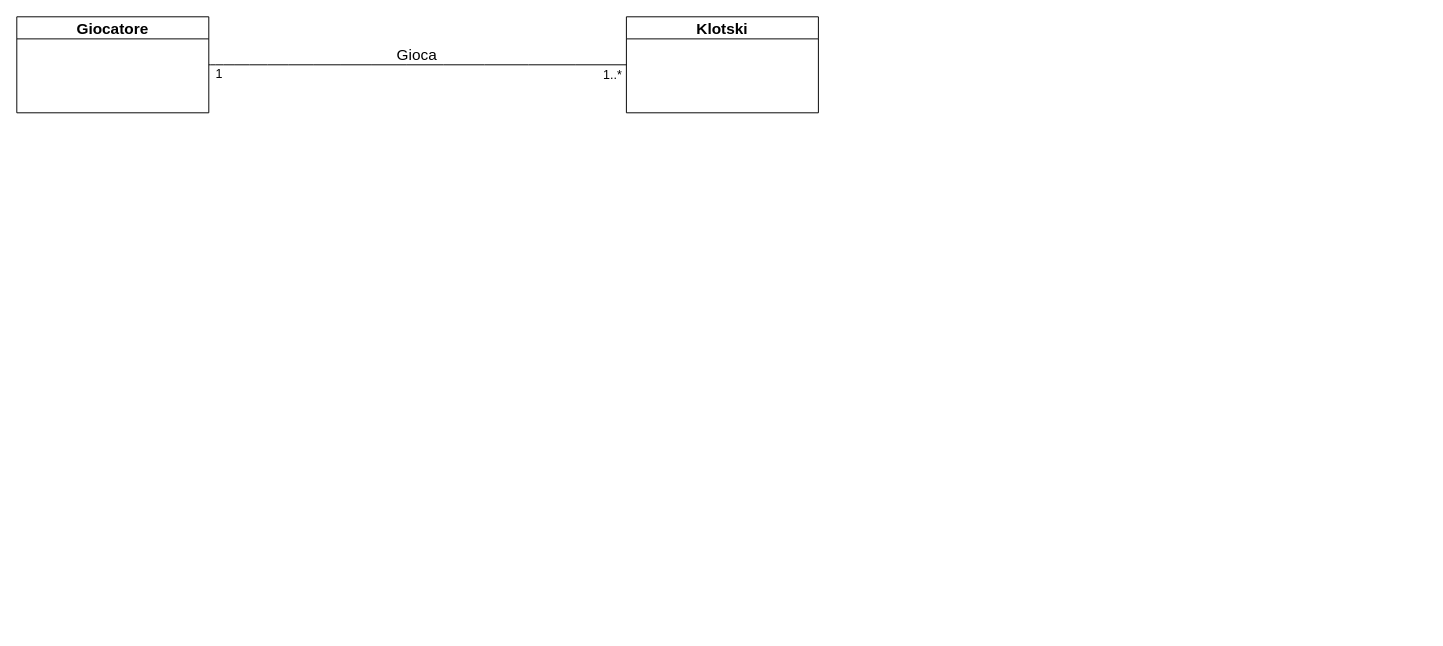
This is Domain Model.drawio from trikkeballakke/Test, a draw.io file, before an edit. Source tidied: cells renumbered, new cells numbered last; positions are measured from the earlier drawing's top-left corner, leaving out a move shared by most shapes. Both pictures are drawn from the tidied source at 96%, with x=0, y=0 at pixel (16, 16).
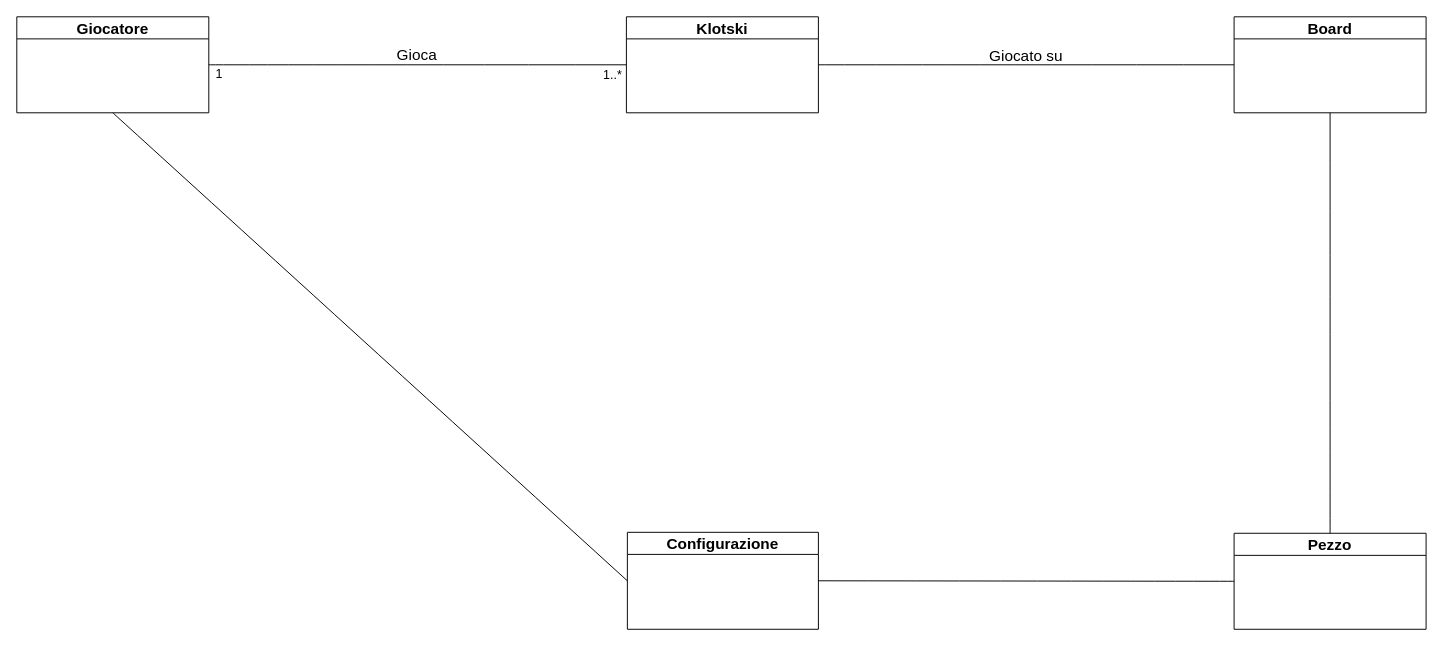
The same page after the edit.

The edit, as a diff of the source:
```diff
@@
 <mxGraphModel>
   <root>
     <mxCell id="0" />
     <mxCell id="1" parent="0" />
     <mxCell id="2" style="edgeStyle=none;curved=1;rounded=0;jettySize=auto;html=1;exitX=1;exitY=0.5;exitDx=0;exitDy=0;entryX=0;entryY=0.5;entryDx=0;entryDy=0;fontSize=12;startSize=8;endSize=8;strokeColor=none;" parent="1" edge="1" source="3" target="4">
       <mxGeometry relative="1" as="geometry" />
     </mxCell>
     <mxCell id="3" value="Giocatore" style="swimlane;whiteSpace=wrap;html=1;fontSize=16;" parent="1" vertex="1">
       <mxGeometry width="200" height="100" as="geometry" />
     </mxCell>
     <mxCell id="4" value="Klotski" style="swimlane;whiteSpace=wrap;html=1;fontSize=16;" parent="1" vertex="1">
       <mxGeometry x="635" width="200" height="100" as="geometry" />
     </mxCell>
     <mxCell id="5" style="endArrow=none;html=1;rounded=0;fontSize=12;startSize=8;endSize=8;curved=1;exitX=1;exitY=0.5;exitDx=0;exitDy=0;entryX=0;entryY=0.5;entryDx=0;entryDy=0;" parent="1" edge="1" source="3" target="4">
       <mxGeometry relative="1" as="geometry" />
     </mxCell>
     <mxCell id="6" value="Gioca" style="text;html=1;strokeColor=none;fillColor=none;align=center;verticalAlign=middle;whiteSpace=wrap;rounded=0;fontSize=16;" parent="1" vertex="1">
       <mxGeometry x="387" y="24" width="60" height="30" as="geometry" />
     </mxCell>
     <mxCell id="7" value="1" style="text;html=1;strokeColor=none;fillColor=none;align=center;verticalAlign=middle;whiteSpace=wrap;rounded=0;fontSize=13;" parent="1" vertex="1">
       <mxGeometry x="206" y="54" width="10" height="10" as="geometry" />
     </mxCell>
     <mxCell id="8" value="&lt;font style=&quot;font-size: 13px;&quot;&gt;1..*&lt;/font&gt;" style="text;html=1;strokeColor=none;fillColor=none;align=center;verticalAlign=middle;whiteSpace=wrap;rounded=0;fontSize=16;" parent="1" vertex="1">
       <mxGeometry x="616" y="54" width="10" height="10" as="geometry" />
     </mxCell>
+    <mxCell id="9" value="Board" style="swimlane;whiteSpace=wrap;html=1;fontSize=16;" parent="1" vertex="1">
+      <mxGeometry x="1268" width="200" height="100" as="geometry" />
+    </mxCell>
+    <mxCell id="10" style="endArrow=none;html=1;rounded=0;fontSize=12;startSize=8;endSize=8;curved=1;exitX=1;exitY=0.5;exitDx=0;exitDy=0;entryX=0;entryY=0.5;entryDx=0;entryDy=0;" parent="1" edge="1" source="4" target="9">
+      <mxGeometry relative="1" as="geometry" />
+    </mxCell>
+    <mxCell id="11" value="Giocato su" style="text;strokeColor=none;align=center;fillColor=none;html=1;verticalAlign=middle;whiteSpace=wrap;rounded=0;fontSize=16;" parent="1" vertex="1">
+      <mxGeometry x="1003" y="26" width="97.3" height="30" as="geometry" />
+    </mxCell>
+    <mxCell id="12" value="Pezzo" style="swimlane;whiteSpace=wrap;html=1;fontSize=16;" parent="1" vertex="1">
+      <mxGeometry x="1268" y="538" width="200" height="100" as="geometry" />
+    </mxCell>
+    <mxCell id="13" style="endArrow=none;html=1;rounded=0;fontSize=12;startSize=8;endSize=8;curved=1;entryX=0.5;entryY=1;entryDx=0;entryDy=0;exitX=0.5;exitY=0;exitDx=0;exitDy=0;" parent="1" edge="1" source="12" target="9">
+      <mxGeometry relative="1" as="geometry" />
+    </mxCell>
+    <mxCell id="14" value="Configurazione" style="swimlane;whiteSpace=wrap;html=1;fontSize=16;" parent="1" vertex="1">
+      <mxGeometry x="636" y="537" width="199" height="101" as="geometry" />
+    </mxCell>
+    <mxCell id="15" style="endArrow=none;html=1;rounded=0;fontSize=12;startSize=8;endSize=8;curved=1;entryX=1;entryY=0.5;entryDx=0;entryDy=0;exitX=0;exitY=0.5;exitDx=0;exitDy=0;" parent="1" edge="1" source="12" target="14">
+      <mxGeometry relative="1" as="geometry" />
+    </mxCell>
+    <mxCell id="16" style="endArrow=none;html=1;rounded=0;fontSize=12;startSize=8;endSize=8;curved=1;exitX=0.5;exitY=1;exitDx=0;exitDy=0;entryX=0;entryY=0.5;entryDx=0;entryDy=0;" parent="1" edge="1" source="3" target="14">
+      <mxGeometry relative="1" as="geometry" />
+    </mxCell>
   </root>
 </mxGraphModel>
```
